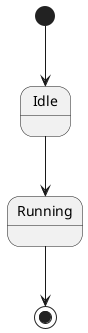
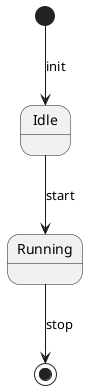
@startuml
- [*] --> Idle
- Idle --> Running
- Running --> [*]
+ [*] --> Idle : init
+ Idle --> Running : start
+ Running --> [*] : stop
@enduml
